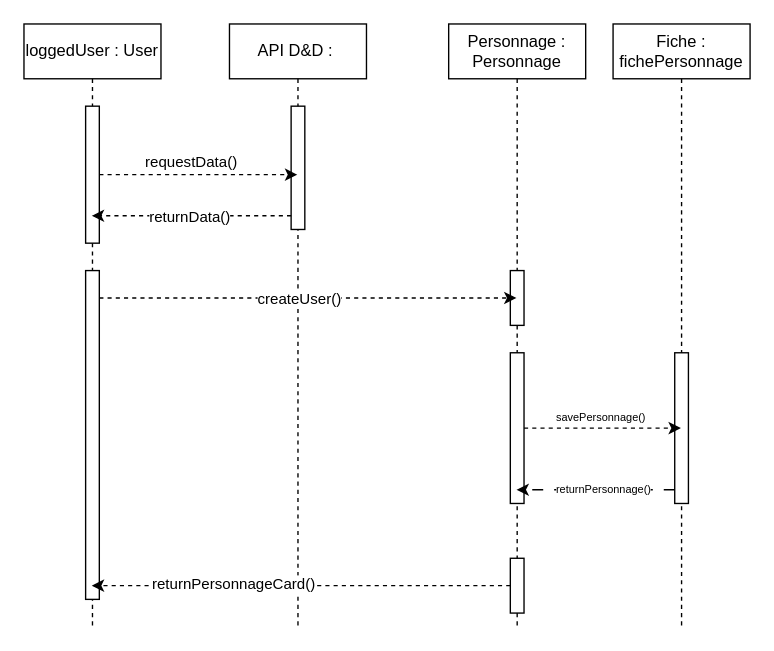
The draw.io diagram page "Sequence Diagram" (4 of 4) of coo_tp1_cas_utilisation.drawio in liestig/coo_ap5_tp, before the edit. Source tidied: cells renumbered, new cells numbered last; positions are measured from the earlier drawing's top-left corner, leaving out a move shared by most shapes. Both pictures are drawn from the tidied source at 137%, with x=0, y=0 at pixel (23, 23).
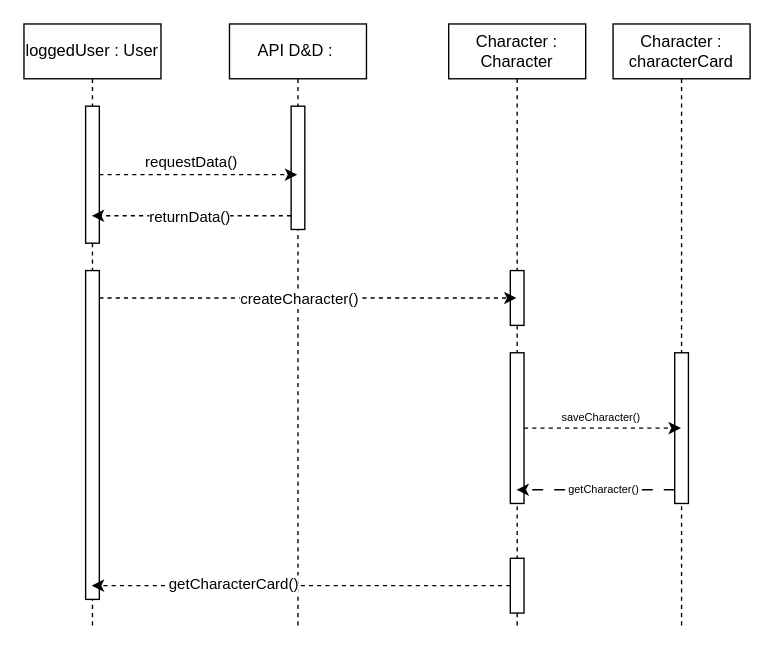
The same page after the edit.

Unchanged cells that the change refers to:
```xml
<mxCell id="17" style="edgeStyle=orthogonalEdgeStyle;rounded=0;jettySize=auto;html=1;curved=0;dashed=1;" parent="1" edge="1" source="4" target="5">
  <mxGeometry relative="1" as="geometry">
    <Array as="points">
      <mxPoint x="270" y="200" />
      <mxPoint x="270" y="200" />
    </Array>
  </mxGeometry>
</mxCell>
<mxCell id="19" style="edgeStyle=orthogonalEdgeStyle;rounded=0;jettySize=auto;html=1;curved=0;dashed=1;" parent="1" edge="1" source="6" target="9">
  <mxGeometry relative="1" as="geometry">
    <Array as="points">
      <mxPoint x="430" y="260" />
      <mxPoint x="430" y="260" />
    </Array>
  </mxGeometry>
</mxCell>
<mxCell id="21" style="edgeStyle=orthogonalEdgeStyle;rounded=0;jettySize=auto;html=1;curved=0;dashed=1;dashPattern=8 8;" parent="1" edge="1" target="5">
  <mxGeometry relative="1" as="geometry">
    <mxPoint x="475" y="340" as="sourcePoint" />
    <Array as="points">
      <mxPoint x="400" y="340" />
      <mxPoint x="400" y="340" />
    </Array>
  </mxGeometry>
</mxCell>
<mxCell id="23" style="edgeStyle=orthogonalEdgeStyle;rounded=0;jettySize=auto;html=1;curved=0;dashed=1;" parent="1" edge="1" source="8" target="2">
  <mxGeometry relative="1" as="geometry">
    <Array as="points">
      <mxPoint x="110" y="410" />
      <mxPoint x="110" y="410" />
    </Array>
  </mxGeometry>
</mxCell>
```

The edit, as a diff of the source:
```diff
@@
-    <mxCell id="5" value="Personnage : Personnage" style="shape=umlLifeline;perimeter=lifelinePerimeter;whiteSpace=wrap;html=1;outlineConnect=0;portConstraint=eastwest;newEdgeStyle={&quot;edgeStyle&quot;:&quot;elbowEdgeStyle&quot;,&quot;elbow&quot;:&quot;vertical&quot;,&quot;curved&quot;:0,&quot;rounded&quot;:0};" parent="1" vertex="1">
+    <mxCell id="5" value="Character : Character" style="shape=umlLifeline;perimeter=lifelinePerimeter;whiteSpace=wrap;html=1;outlineConnect=0;portConstraint=eastwest;newEdgeStyle={&quot;edgeStyle&quot;:&quot;elbowEdgeStyle&quot;,&quot;elbow&quot;:&quot;vertical&quot;,&quot;curved&quot;:0,&quot;rounded&quot;:0};" parent="1" vertex="1">
       <mxGeometry x="310" width="100" height="440" as="geometry" />
     </mxCell>
@@
-    <mxCell id="9" value="Fiche : fichePersonnage" style="shape=umlLifeline;perimeter=lifelinePerimeter;whiteSpace=wrap;html=1;outlineConnect=0;portConstraint=eastwest;newEdgeStyle={&quot;edgeStyle&quot;:&quot;elbowEdgeStyle&quot;,&quot;elbow&quot;:&quot;vertical&quot;,&quot;curved&quot;:0,&quot;rounded&quot;:0};" parent="1" vertex="1">
+    <mxCell id="9" value="Character : characterCard" style="shape=umlLifeline;perimeter=lifelinePerimeter;whiteSpace=wrap;html=1;outlineConnect=0;portConstraint=eastwest;newEdgeStyle={&quot;edgeStyle&quot;:&quot;elbowEdgeStyle&quot;,&quot;elbow&quot;:&quot;vertical&quot;,&quot;curved&quot;:0,&quot;rounded&quot;:0};" parent="1" vertex="1">
       <mxGeometry x="430" width="100" height="440" as="geometry" />
     </mxCell>
@@
-    <mxCell id="18" value="createUser()" style="edgeLabel;html=1;align=center;verticalAlign=middle;" parent="17" vertex="1">
+    <mxCell id="18" value="createCharacter()" style="edgeLabel;html=1;align=center;verticalAlign=middle;" parent="17" vertex="1">
       <mxGeometry x="0.22" y="-1" relative="1" as="geometry">
         <mxPoint x="-41" y="-1" as="offset" />
       </mxGeometry>
     </mxCell>
@@
-    <mxCell id="20" value="&lt;font style=&quot;font-size: 8px;&quot;&gt;savePersonnage()&lt;/font&gt;" style="edgeLabel;html=1;align=center;verticalAlign=middle;" parent="19" vertex="1">
+    <mxCell id="20" value="&lt;font style=&quot;font-size: 8px;&quot;&gt;saveCharacter()&lt;/font&gt;" style="edgeLabel;html=1;align=center;verticalAlign=middle;" parent="19" vertex="1">
       <mxGeometry x="0.24" y="-2" relative="1" as="geometry">
         <mxPoint x="-16" y="-12" as="offset" />
       </mxGeometry>
     </mxCell>
@@
-    <mxCell id="22" value="&lt;font style=&quot;font-size: 8px;&quot;&gt;returnPersonnage()&lt;/font&gt;" style="edgeLabel;html=1;align=center;verticalAlign=middle;" parent="21" vertex="1">
+    <mxCell id="22" value="&lt;font style=&quot;font-size: 8px;&quot;&gt;getCharacter()&lt;/font&gt;" style="edgeLabel;html=1;align=center;verticalAlign=middle;" parent="21" vertex="1">
       <mxGeometry x="-0.09" y="-2" relative="1" as="geometry" />
     </mxCell>
@@
-    <mxCell id="24" value="returnPersonnageCard()" style="edgeLabel;html=1;align=center;verticalAlign=middle;" parent="23" vertex="1">
+    <mxCell id="24" value="getCharacterCard()" style="edgeLabel;html=1;align=center;verticalAlign=middle;" parent="23" vertex="1">
       <mxGeometry x="0.33" y="-2" relative="1" as="geometry" />
     </mxCell>
```
